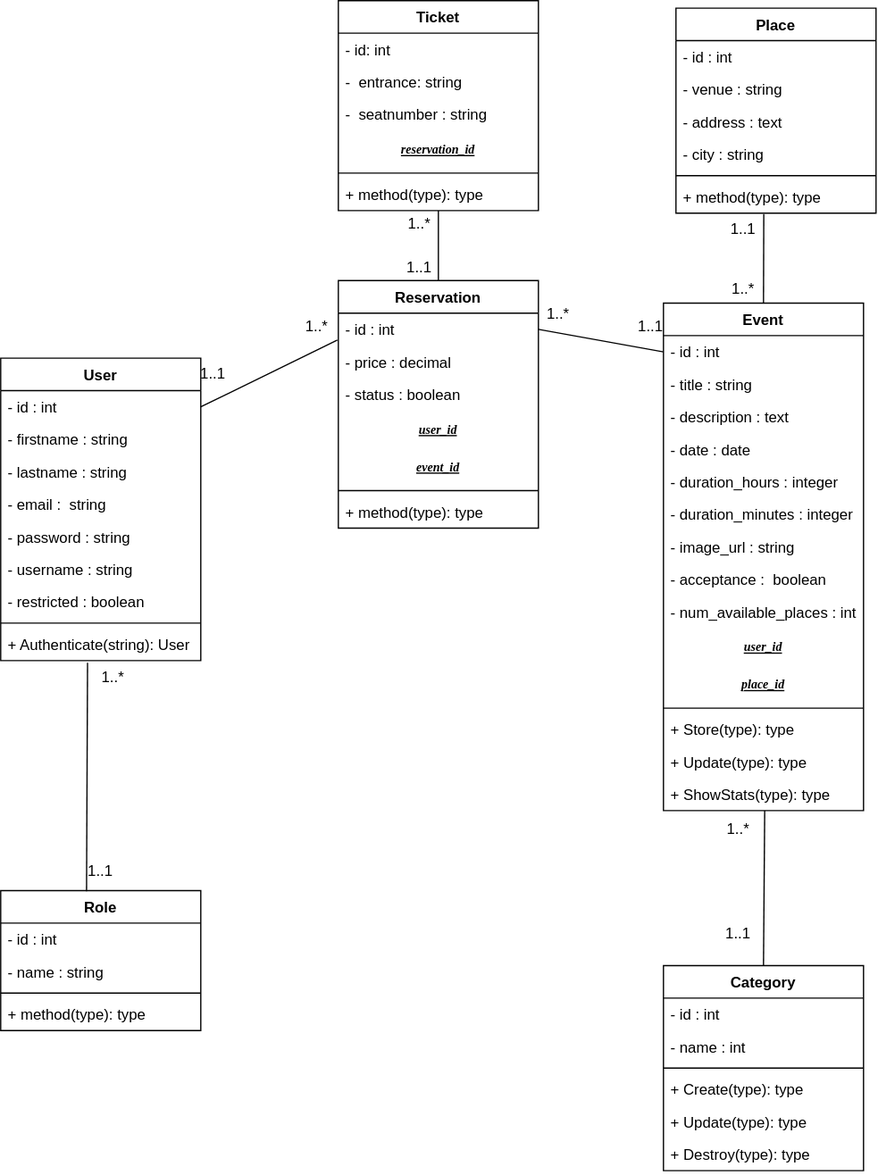
Above: CONCEPTION/DCLASSE.drawio.svg in abdelalicode/EVENTO (draw.io), before the change. Source tidied: cells renumbered, new cells last; positions are measured from the earlier drawing's top-left corner, leaving out a move shared by most shapes.
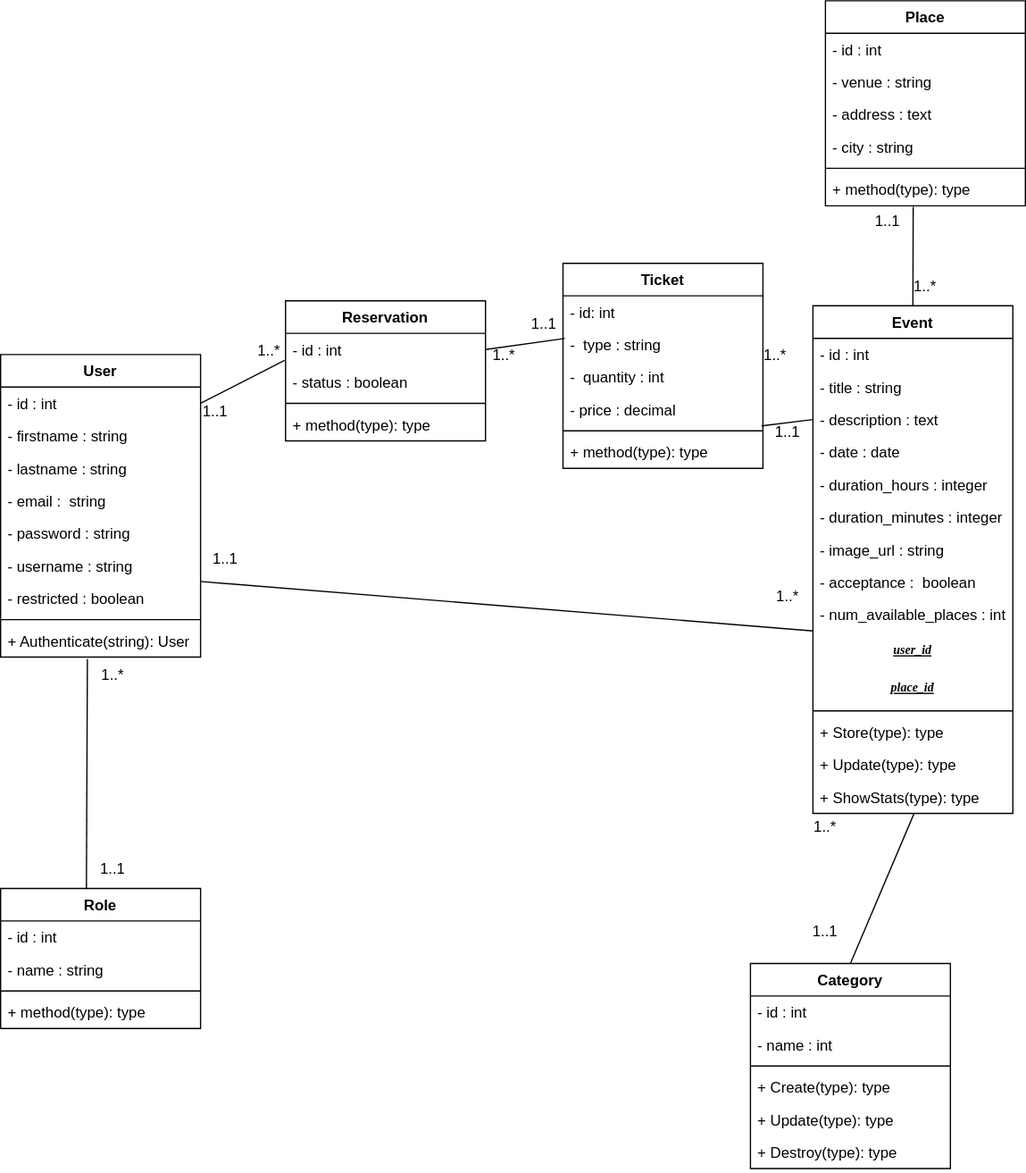
The same diagram one commit later.

The edit, as a diff of the source:
```diff
@@ -3,7 +3,7 @@
     <mxCell id="0" />
     <mxCell id="1" parent="0" />
     <mxCell id="2" value="User" style="swimlane;fontStyle=1;align=center;verticalAlign=top;horizontal=1;startSize=26;" parent="1" vertex="1">
-      <mxGeometry y="286" width="160" height="242" as="geometry" />
+      <mxGeometry x="-70" y="285" width="160" height="242" as="geometry" />
     </mxCell>
     <mxCell id="3" value="- id : int" style="text;strokeColor=none;fillColor=none;align=left;verticalAlign=top;spacingLeft=4;spacingRight=4;overflow=hidden;points=[[0,0.5],[1,0.5]];portConstraint=eastwest;" parent="2" vertex="1">
       <mxGeometry y="26" width="160" height="26" as="geometry" />
@@ -33,7 +33,7 @@
       <mxGeometry y="216" width="160" height="26" as="geometry" />
     </mxCell>
     <mxCell id="12" value="Role" style="swimlane;fontStyle=1;align=center;verticalAlign=top;horizontal=1;startSize=26;" parent="1" vertex="1">
-      <mxGeometry y="712" width="160" height="112" as="geometry" />
+      <mxGeometry x="-70" y="712" width="160" height="112" as="geometry" />
     </mxCell>
     <mxCell id="13" value="- id : int" style="text;strokeColor=none;fillColor=none;align=left;verticalAlign=top;spacingLeft=4;spacingRight=4;overflow=hidden;" parent="12" vertex="1">
       <mxGeometry y="26" width="160" height="26" as="geometry" />
@@ -48,7 +48,7 @@
       <mxGeometry y="86" width="160" height="26" as="geometry" />
     </mxCell>
     <mxCell id="17" value="Event" style="swimlane;fontStyle=1;align=center;verticalAlign=top;horizontal=1;startSize=26;" parent="1" vertex="1">
-      <mxGeometry x="530" y="242" width="160" height="406" as="geometry" />
+      <mxGeometry x="580" y="246" width="160" height="406" as="geometry" />
     </mxCell>
     <mxCell id="18" value="- id : int" style="text;strokeColor=none;fillColor=none;align=left;verticalAlign=top;spacingLeft=4;spacingRight=4;overflow=hidden;points=[[0,0.5],[1,0.5]];portConstraint=eastwest;" parent="17" vertex="1">
       <mxGeometry y="26" width="160" height="26" as="geometry" />
@@ -96,28 +96,19 @@
       <mxGeometry y="380" width="160" height="26" as="geometry" />
     </mxCell>
     <mxCell id="33" value="Reservation" style="swimlane;fontStyle=1;align=center;verticalAlign=top;horizontal=1;startSize=26;" parent="1" vertex="1">
-      <mxGeometry x="270" y="224" width="160" height="198" as="geometry" />
+      <mxGeometry x="158" y="242" width="160" height="112" as="geometry" />
     </mxCell>
     <mxCell id="34" value="- id : int " style="text;strokeColor=none;fillColor=none;align=left;verticalAlign=top;spacingLeft=4;spacingRight=4;overflow=hidden;points=[[0,0.5],[1,0.5]];portConstraint=eastwest;" parent="33" vertex="1">
       <mxGeometry y="26" width="160" height="26" as="geometry" />
     </mxCell>
-    <mxCell id="35" value="- price : decimal" style="text;strokeColor=none;fillColor=none;align=left;verticalAlign=top;spacingLeft=4;spacingRight=4;overflow=hidden;" parent="33" vertex="1">
-      <mxGeometry y="52" width="160" height="26" as="geometry" />
-    </mxCell>
     <mxCell id="36" value="- status : boolean" style="text;strokeColor=none;fillColor=none;align=left;verticalAlign=top;spacingLeft=4;spacingRight=4;overflow=hidden;" parent="33" vertex="1">
-      <mxGeometry y="78" width="160" height="26" as="geometry" />
+      <mxGeometry y="52" width="160" height="26" as="geometry" />
     </mxCell>
-    <mxCell id="37" value="&lt;h6&gt;&lt;font size=&quot;1&quot; face=&quot;Lucida Console&quot;&gt;&lt;i&gt;&lt;u&gt;user_id&lt;/u&gt;&lt;/i&gt;&lt;/font&gt;&lt;/h6&gt;" style="text;html=1;strokeColor=none;fillColor=none;align=center;verticalAlign=middle;whiteSpace=wrap;rounded=0;" parent="33" vertex="1">
-      <mxGeometry y="104" width="160" height="30" as="geometry" />
-    </mxCell>
-    <mxCell id="38" value="&lt;h6&gt;&lt;font size=&quot;1&quot; face=&quot;Lucida Console&quot;&gt;&lt;i&gt;&lt;u&gt;event_id&lt;/u&gt;&lt;/i&gt;&lt;/font&gt;&lt;/h6&gt;" style="text;html=1;strokeColor=none;fillColor=none;align=center;verticalAlign=middle;whiteSpace=wrap;rounded=0;" parent="33" vertex="1">
-      <mxGeometry y="134" width="160" height="30" as="geometry" />
-    </mxCell>
     <mxCell id="39" style="line;strokeWidth=1;fillColor=none;align=left;verticalAlign=middle;spacingTop=-1;spacingLeft=3;spacingRight=3;labelPosition=right;strokeColor=inherit;" parent="33" vertex="1">
-      <mxGeometry y="164" width="160" height="8" as="geometry" />
+      <mxGeometry y="78" width="160" height="8" as="geometry" />
     </mxCell>
     <mxCell id="40" value="+ method(type): type" style="text;strokeColor=none;fillColor=none;align=left;verticalAlign=top;spacingLeft=4;spacingRight=4;overflow=hidden;" parent="33" vertex="1">
-      <mxGeometry y="172" width="160" height="26" as="geometry" />
+      <mxGeometry y="86" width="160" height="26" as="geometry" />
     </mxCell>
     <mxCell id="41" value="Category" style="swimlane;fontStyle=1;align=center;verticalAlign=top;horizontal=1;startSize=26;" parent="1" vertex="1">
       <mxGeometry x="530" y="772" width="160" height="164" as="geometry" />
@@ -141,25 +132,25 @@
       <mxGeometry y="138" width="160" height="26" as="geometry" />
     </mxCell>
     <mxCell id="48" value="Ticket" style="swimlane;fontStyle=1;align=center;verticalAlign=top;horizontal=1;startSize=26;" parent="1" vertex="1">
-      <mxGeometry x="270" width="160" height="168" as="geometry" />
+      <mxGeometry x="380" y="212" width="160" height="164" as="geometry" />
     </mxCell>
     <mxCell id="49" value="- id: int" style="text;strokeColor=none;fillColor=none;align=left;verticalAlign=top;spacingLeft=4;spacingRight=4;overflow=hidden;" parent="48" vertex="1">
       <mxGeometry y="26" width="160" height="26" as="geometry" />
     </mxCell>
-    <mxCell id="50" value="-  entrance: string" style="text;strokeColor=none;fillColor=none;align=left;verticalAlign=top;spacingLeft=4;spacingRight=4;overflow=hidden;points=[[0,0.5],[1,0.5]];portConstraint=eastwest;" parent="48" vertex="1">
+    <mxCell id="50" value="-  type : string" style="text;strokeColor=none;fillColor=none;align=left;verticalAlign=top;spacingLeft=4;spacingRight=4;overflow=hidden;points=[[0,0.5],[1,0.5]];portConstraint=eastwest;" parent="48" vertex="1">
       <mxGeometry y="52" width="160" height="26" as="geometry" />
     </mxCell>
-    <mxCell id="51" value="-  seatnumber : string" style="text;strokeColor=none;fillColor=none;align=left;verticalAlign=top;spacingLeft=4;spacingRight=4;overflow=hidden;" parent="48" vertex="1">
-      <mxGeometry y="78" width="160" height="26" as="geometry" />
-    </mxCell>
-    <mxCell id="52" value="&lt;h6&gt;&lt;font size=&quot;1&quot; face=&quot;Lucida Console&quot;&gt;&lt;i&gt;&lt;u&gt;reservation_id&lt;/u&gt;&lt;/i&gt;&lt;/font&gt;&lt;/h6&gt;" style="text;html=1;strokeColor=none;fillColor=none;align=center;verticalAlign=middle;whiteSpace=wrap;rounded=0;" parent="48" vertex="1">
-      <mxGeometry y="104" width="160" height="30" as="geometry" />
-    </mxCell>
+    <mxCell id="80" value="-  quantity : int" style="text;strokeColor=none;fillColor=none;align=left;verticalAlign=top;spacingLeft=4;spacingRight=4;overflow=hidden;" parent="48" vertex="1">
+      <mxGeometry y="78" width="160" height="26" as="geometry" />
+    </mxCell>
+    <mxCell id="35" value="- price : decimal" style="text;strokeColor=none;fillColor=none;align=left;verticalAlign=top;spacingLeft=4;spacingRight=4;overflow=hidden;" parent="48" vertex="1">
+      <mxGeometry y="104" width="160" height="26" as="geometry" />
+    </mxCell>
     <mxCell id="53" style="line;strokeWidth=1;fillColor=none;align=left;verticalAlign=middle;spacingTop=-1;spacingLeft=3;spacingRight=3;labelPosition=right;strokeColor=inherit;" parent="48" vertex="1">
-      <mxGeometry y="134" width="160" height="8" as="geometry" />
+      <mxGeometry y="130" width="160" height="8" as="geometry" />
     </mxCell>
     <mxCell id="54" value="+ method(type): type" style="text;strokeColor=none;fillColor=none;align=left;verticalAlign=top;spacingLeft=4;spacingRight=4;overflow=hidden;points=[[0,0.5],[1,0.5]];portConstraint=eastwest;" parent="48" vertex="1">
-      <mxGeometry y="142" width="160" height="26" as="geometry" />
+      <mxGeometry y="138" width="160" height="26" as="geometry" />
     </mxCell>
     <mxCell id="55" style="endArrow=none;html=1;exitX=0.429;exitY=0.005;exitDx=0;exitDy=0;exitPerimeter=0;entryX=0.434;entryY=1.062;entryDx=0;entryDy=0;entryPerimeter=0;" parent="1" edge="1" source="12" target="11">
       <mxGeometry relative="1" as="geometry" />
@@ -167,38 +158,35 @@
     <mxCell id="56" style="endArrow=none;html=1;entryX=1;entryY=0.5;entryDx=0;entryDy=0;exitX=-0.005;exitY=0.831;exitDx=0;exitDy=0;exitPerimeter=0;" parent="1" edge="1" source="34" target="3">
       <mxGeometry relative="1" as="geometry" />
     </mxCell>
-    <mxCell id="57" style="endArrow=none;html=1;entryX=0;entryY=0.5;entryDx=0;entryDy=0;exitX=1;exitY=0.5;exitDx=0;exitDy=0;" parent="1" edge="1" source="34" target="18">
+    <mxCell id="57" style="endArrow=none;html=1;entryX=0.009;entryY=0.312;entryDx=0;entryDy=0;exitX=1;exitY=0.5;exitDx=0;exitDy=0;entryPerimeter=0;" parent="1" edge="1" source="34" target="50">
       <mxGeometry relative="1" as="geometry" />
     </mxCell>
-    <mxCell id="58" style="endArrow=none;html=1;entryX=0.5;entryY=0;entryDx=0;entryDy=0;" parent="1" edge="1" source="54" target="33">
-      <mxGeometry relative="1" as="geometry" />
-    </mxCell>
     <mxCell id="59" style="endArrow=none;html=1;entryX=0.5;entryY=0;entryDx=0;entryDy=0;exitX=0.506;exitY=1;exitDx=0;exitDy=0;exitPerimeter=0;" parent="1" edge="1" source="32" target="41">
       <mxGeometry relative="1" as="geometry" />
     </mxCell>
     <mxCell id="60" value="1..1" style="text;html=1;strokeColor=none;fillColor=none;align=center;verticalAlign=middle;whiteSpace=wrap;rounded=0;" parent="1" vertex="1">
-      <mxGeometry x="140" y="284" width="60" height="30" as="geometry" />
+      <mxGeometry x="72" y="316" width="60" height="30" as="geometry" />
     </mxCell>
     <mxCell id="61" value="1..*" style="text;html=1;strokeColor=none;fillColor=none;align=center;verticalAlign=middle;whiteSpace=wrap;rounded=0;" parent="1" vertex="1">
-      <mxGeometry x="223" y="246" width="60" height="30" as="geometry" />
+      <mxGeometry x="115" y="267" width="60" height="30" as="geometry" />
     </mxCell>
     <mxCell id="62" value="1..1" style="text;html=1;strokeColor=none;fillColor=none;align=center;verticalAlign=middle;whiteSpace=wrap;rounded=0;" parent="1" vertex="1">
       <mxGeometry x="560" y="732" width="60" height="30" as="geometry" />
     </mxCell>
     <mxCell id="63" value="1..*" style="text;html=1;strokeColor=none;fillColor=none;align=center;verticalAlign=middle;whiteSpace=wrap;rounded=0;" parent="1" vertex="1">
-      <mxGeometry x="416" y="236" width="60" height="30" as="geometry" />
+      <mxGeometry x="520" y="271" width="60" height="30" as="geometry" />
     </mxCell>
     <mxCell id="64" value="1..1" style="text;html=1;strokeColor=none;fillColor=none;align=center;verticalAlign=middle;whiteSpace=wrap;rounded=0;" parent="1" vertex="1">
-      <mxGeometry x="305" y="199" width="60" height="30" as="geometry" />
+      <mxGeometry x="335" y="246" width="60" height="30" as="geometry" />
     </mxCell>
     <mxCell id="65" value="1..*" style="text;html=1;strokeColor=none;fillColor=none;align=center;verticalAlign=middle;whiteSpace=wrap;rounded=0;" parent="1" vertex="1">
-      <mxGeometry x="305" y="164" width="60" height="30" as="geometry" />
+      <mxGeometry x="303" y="271" width="60" height="30" as="geometry" />
     </mxCell>
     <mxCell id="66" value="1..*" style="text;html=1;strokeColor=none;fillColor=none;align=center;verticalAlign=middle;whiteSpace=wrap;rounded=0;" parent="1" vertex="1">
       <mxGeometry x="560" y="648" width="60" height="30" as="geometry" />
     </mxCell>
     <mxCell id="67" value="Place" style="swimlane;fontStyle=1;align=center;verticalAlign=top;horizontal=1;startSize=26;" parent="1" vertex="1">
-      <mxGeometry x="540" y="6" width="160" height="164" as="geometry" />
+      <mxGeometry x="590" y="2" width="160" height="164" as="geometry" />
     </mxCell>
     <mxCell id="68" value="- id : int" style="text;strokeColor=none;fillColor=none;align=left;verticalAlign=top;spacingLeft=4;spacingRight=4;overflow=hidden;" parent="67" vertex="1">
       <mxGeometry y="26" width="160" height="26" as="geometry" />
@@ -219,22 +207,36 @@
       <mxGeometry y="138" width="160" height="26" as="geometry" />
     </mxCell>
     <mxCell id="74" value="1..*" style="text;html=1;strokeColor=none;fillColor=none;align=center;verticalAlign=middle;whiteSpace=wrap;rounded=0;" parent="1" vertex="1">
-      <mxGeometry x="60" y="527" width="60" height="30" as="geometry" />
+      <mxGeometry x="-10" y="527" width="60" height="30" as="geometry" />
     </mxCell>
     <mxCell id="75" value="1..1" style="text;html=1;strokeColor=none;fillColor=none;align=center;verticalAlign=middle;whiteSpace=wrap;rounded=0;" parent="1" vertex="1">
-      <mxGeometry x="50" y="682" width="60" height="30" as="geometry" />
+      <mxGeometry x="-10" y="682" width="60" height="30" as="geometry" />
     </mxCell>
     <mxCell id="76" style="endArrow=none;html=1;exitX=0.5;exitY=0;exitDx=0;exitDy=0;entryX=0.439;entryY=1.03;entryDx=0;entryDy=0;entryPerimeter=0;" parent="1" edge="1" source="17" target="73">
       <mxGeometry relative="1" as="geometry" />
     </mxCell>
     <mxCell id="77" value="1..1" style="text;html=1;strokeColor=none;fillColor=none;align=center;verticalAlign=middle;whiteSpace=wrap;rounded=0;" parent="1" vertex="1">
-      <mxGeometry x="564" y="168" width="60" height="30" as="geometry" />
+      <mxGeometry x="610" y="164" width="60" height="30" as="geometry" />
     </mxCell>
     <mxCell id="78" value="1..*" style="text;html=1;strokeColor=none;fillColor=none;align=center;verticalAlign=middle;whiteSpace=wrap;rounded=0;" parent="1" vertex="1">
-      <mxGeometry x="564" y="216" width="60" height="30" as="geometry" />
+      <mxGeometry x="640" y="216" width="60" height="30" as="geometry" />
     </mxCell>
     <mxCell id="79" value="1..1" style="text;html=1;strokeColor=none;fillColor=none;align=center;verticalAlign=middle;whiteSpace=wrap;rounded=0;" parent="1" vertex="1">
-      <mxGeometry x="490" y="246" width="60" height="30" as="geometry" />
+      <mxGeometry x="530" y="332" width="60" height="30" as="geometry" />
     </mxCell>
+    <mxCell id="81" style="endArrow=none;html=1;entryX=0;entryY=0.5;entryDx=0;entryDy=0;exitX=0.993;exitY=0.002;exitDx=0;exitDy=0;exitPerimeter=0;" parent="1" edge="1" target="20">
+      <mxGeometry relative="1" as="geometry">
+        <mxPoint x="538.9" y="342.1" as="sourcePoint" />
+      </mxGeometry>
+    </mxCell>
+    <mxCell id="82" style="endArrow=none;html=1;exitX=1;exitY=0.75;exitDx=0;exitDy=0;entryX=0;entryY=0;entryDx=0;entryDy=0;" parent="1" edge="1" source="2" target="27">
+      <mxGeometry relative="1" as="geometry" />
+    </mxCell>
+    <mxCell id="83" value="1..1" style="text;html=1;strokeColor=none;fillColor=none;align=center;verticalAlign=middle;whiteSpace=wrap;rounded=0;" parent="1" vertex="1">
+      <mxGeometry x="80" y="434" width="60" height="30" as="geometry" />
+    </mxCell>
+    <mxCell id="84" value="1..*" style="text;html=1;strokeColor=none;fillColor=none;align=center;verticalAlign=middle;whiteSpace=wrap;rounded=0;" parent="1" vertex="1">
+      <mxGeometry x="530" y="464" width="60" height="30" as="geometry" />
+    </mxCell>
   </root>
 </mxGraphModel>
```
